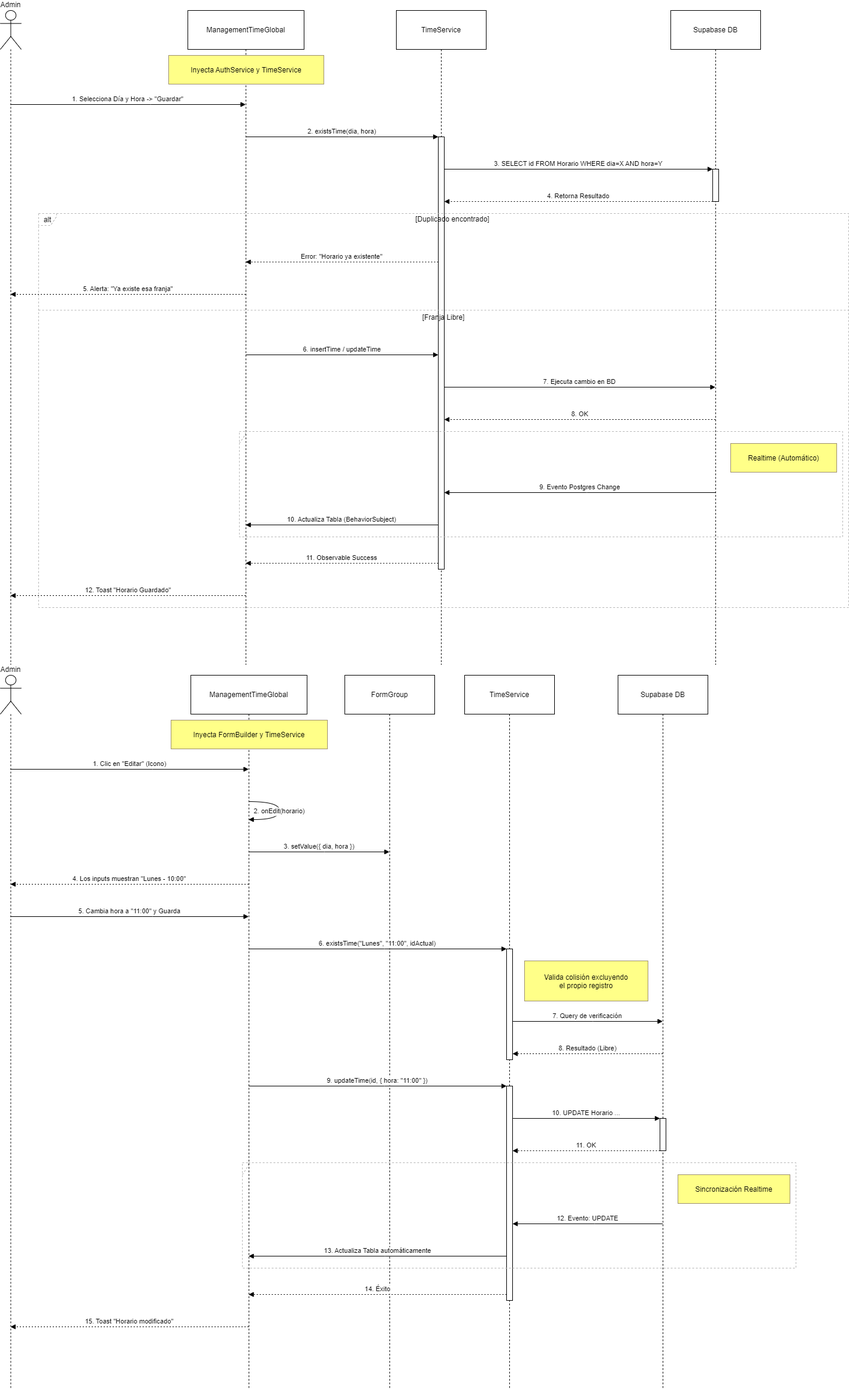
Above: docs/diagramas/secuencias/horarios_admin.drawio.png in egilp04/TFG_Cuidados (draw.io), before the change. Source tidied: cells renumbered, new cells last; positions are measured from the earlier drawing's top-left corner, leaving out a move shared by most shapes.
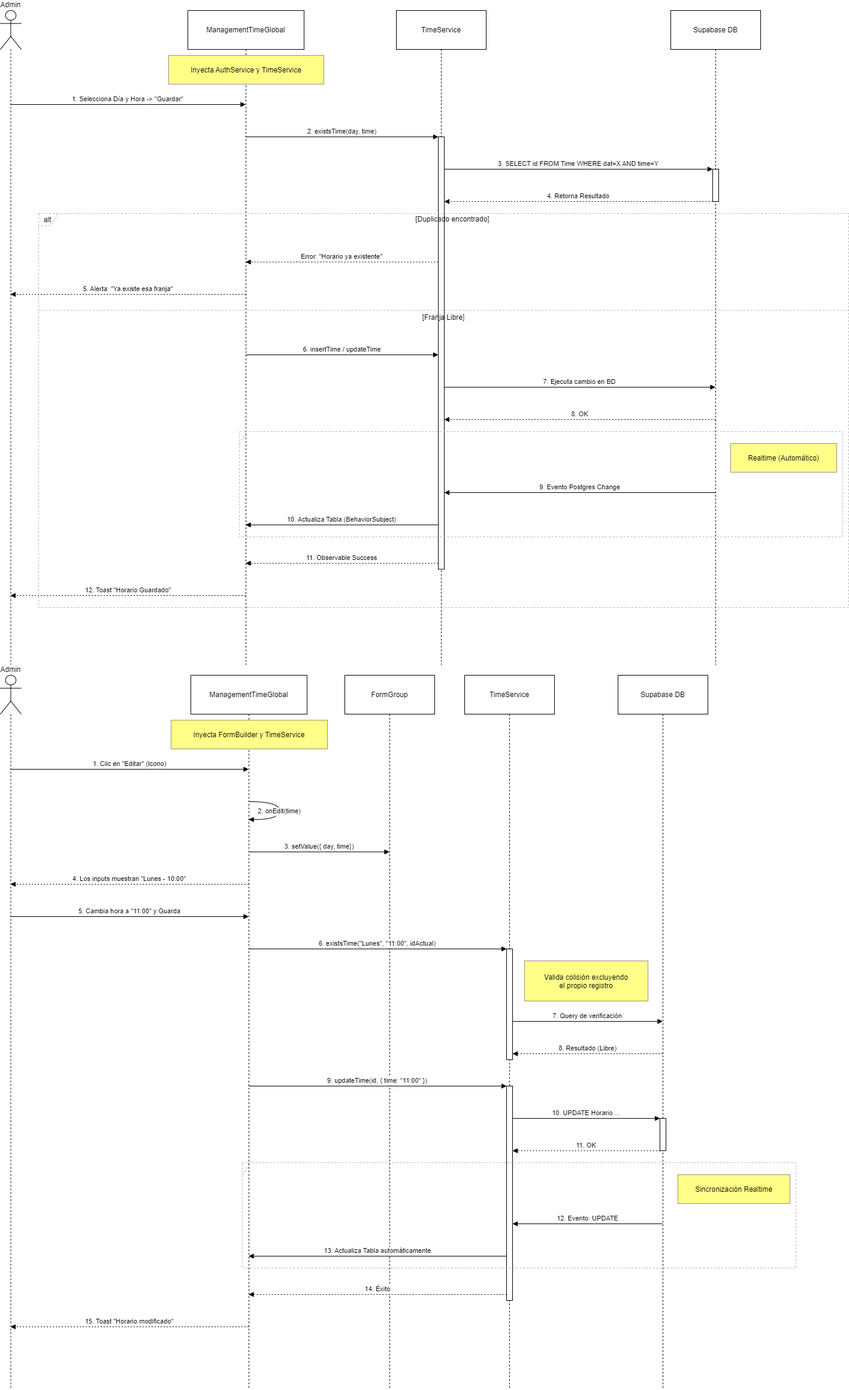
Later version of the same file.

What changed in the source:
```diff
@@ -42,14 +42,14 @@
         </Array>
       </mxGeometry>
     </mxCell>
-    <mxCell id="14" value="2. existsTime(dia, hora)" style="verticalAlign=bottom;edgeStyle=elbowEdgeStyle;elbow=vertical;curved=0;rounded=0;endArrow=block;" parent="1" edge="1" source="3" target="5">
+    <mxCell id="14" value="2. existsTime(day, time)" style="verticalAlign=bottom;edgeStyle=elbowEdgeStyle;elbow=vertical;curved=0;rounded=0;endArrow=block;" parent="1" edge="1" source="3" target="5">
       <mxGeometry relative="1" as="geometry">
         <Array as="points">
           <mxPoint x="582" y="211" />
         </Array>
       </mxGeometry>
     </mxCell>
-    <mxCell id="15" value="3. SELECT id FROM Horario WHERE dia=X AND hora=Y" style="verticalAlign=bottom;edgeStyle=elbowEdgeStyle;elbow=vertical;curved=0;rounded=0;endArrow=block;" parent="1" edge="1" source="5" target="7">
+    <mxCell id="15" value="3. SELECT id FROM Time WHERE dat=X AND time=Y" style="verticalAlign=bottom;edgeStyle=elbowEdgeStyle;elbow=vertical;curved=0;rounded=0;endArrow=block;" parent="1" edge="1" source="5" target="7">
       <mxGeometry relative="1" as="geometry">
         <Array as="points">
           <mxPoint x="976" y="265" />
@@ -169,7 +169,7 @@
         </Array>
       </mxGeometry>
     </mxCell>
-    <mxCell id="39" value="2. onEdit(horario)" style="curved=1;endArrow=block;rounded=0;" parent="1" edge="1" source="29" target="29">
+    <mxCell id="39" value="2. onEdit(time)" style="curved=1;endArrow=block;rounded=0;" parent="1" edge="1" source="29" target="29">
       <mxGeometry relative="1" as="geometry">
         <Array as="points">
           <mxPoint x="466" y="1321" />
@@ -177,7 +177,7 @@
         </Array>
       </mxGeometry>
     </mxCell>
-    <mxCell id="40" value="3. setValue({ dia, hora })" style="verticalAlign=bottom;edgeStyle=elbowEdgeStyle;elbow=vertical;curved=0;rounded=0;endArrow=block;" parent="1" edge="1" source="29" target="30">
+    <mxCell id="40" value="3. setValue({ day, time})" style="verticalAlign=bottom;edgeStyle=elbowEdgeStyle;elbow=vertical;curved=0;rounded=0;endArrow=block;" parent="1" edge="1" source="29" target="30">
       <mxGeometry relative="1" as="geometry">
         <Array as="points">
           <mxPoint x="541" y="1405" />
@@ -219,7 +219,7 @@
         </Array>
       </mxGeometry>
     </mxCell>
-    <mxCell id="46" value="9. updateTime(id, { hora: &quot;11:00&quot; })" style="verticalAlign=bottom;edgeStyle=elbowEdgeStyle;elbow=vertical;curved=0;rounded=0;endArrow=block;" parent="1" edge="1" source="29" target="33">
+    <mxCell id="46" value="9. updateTime(id, { time: &quot;11:00&quot; })" style="verticalAlign=bottom;edgeStyle=elbowEdgeStyle;elbow=vertical;curved=0;rounded=0;endArrow=block;" parent="1" edge="1" source="29" target="33">
       <mxGeometry relative="1" as="geometry">
         <Array as="points">
           <mxPoint x="641" y="1796" />
```
